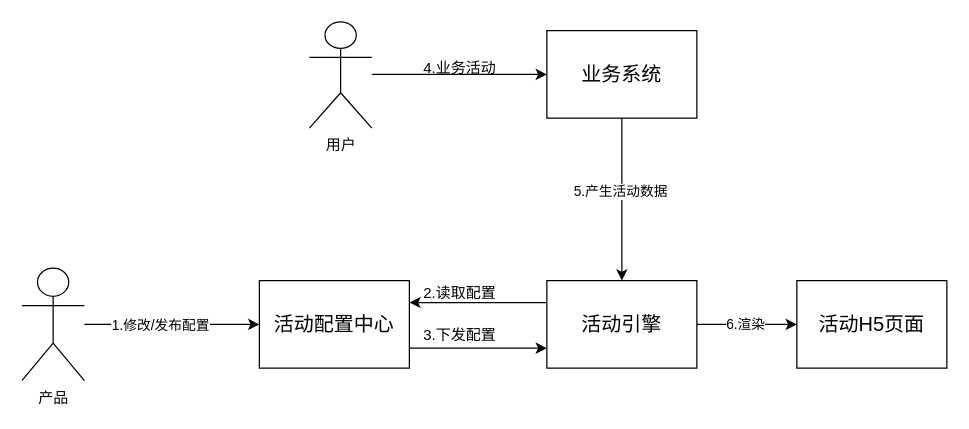
Earlier version of the draw.io diagram assets/活动整体流程.drawio (steveguoshao/study-notes). Source tidied: cells renumbered, new cells numbered last; positions are measured from the earlier drawing's top-left corner, leaving out a move shared by most shapes. Both pictures are drawn from the tidied source at 125%, with x=0, y=0 at pixel (21, 21).
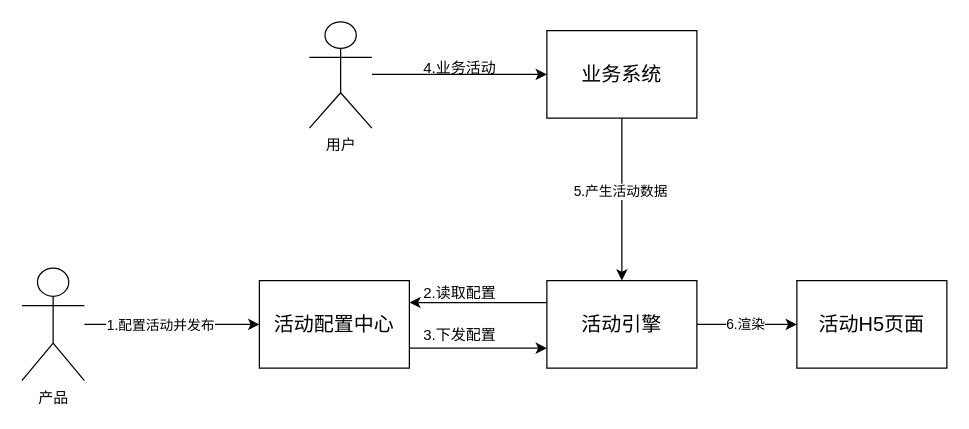
The same diagram, later.

Commit message:
Update 活动整体流程.drawio

The change refers to these unchanged cells:
```xml
<mxCell id="2" style="edgeStyle=orthogonalEdgeStyle;rounded=0;jettySize=auto;html=1;" parent="1" edge="1" source="4" target="6">
  <mxGeometry relative="1" as="geometry" />
</mxCell>
```

What changed in the source:
```diff
@@
-    <mxCell id="3" value="1.修改/发布配置" style="edgeLabel;html=1;align=center;verticalAlign=middle;" parent="2" vertex="1">
+    <mxCell id="3" value="1.配置活动并发布" style="edgeLabel;html=1;align=center;verticalAlign=middle;" parent="2" vertex="1">
       <mxGeometry x="-0.52" relative="1" as="geometry">
         <mxPoint x="26" as="offset" />
       </mxGeometry>
     </mxCell>
```
